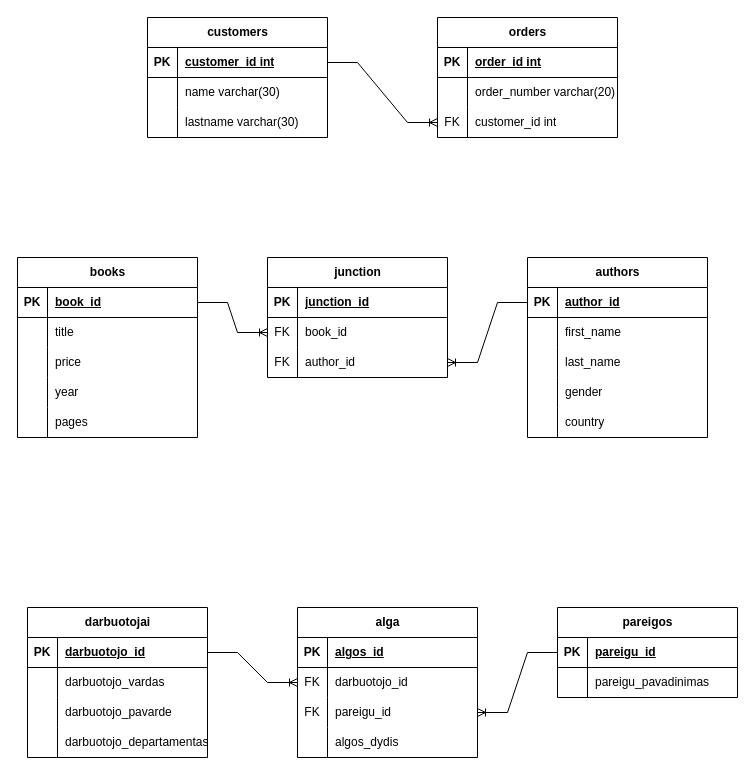
The draw.io diagram company.drawio in kestulka/duombaz2dalis_skaidriu_uzduotys, before the edit. Source tidied: cells renumbered, new cells numbered last; positions are measured from the earlier drawing's top-left corner, leaving out a move shared by most shapes. Both pictures are drawn from the tidied source at 100%, with x=0, y=0 at pixel (17, 17).
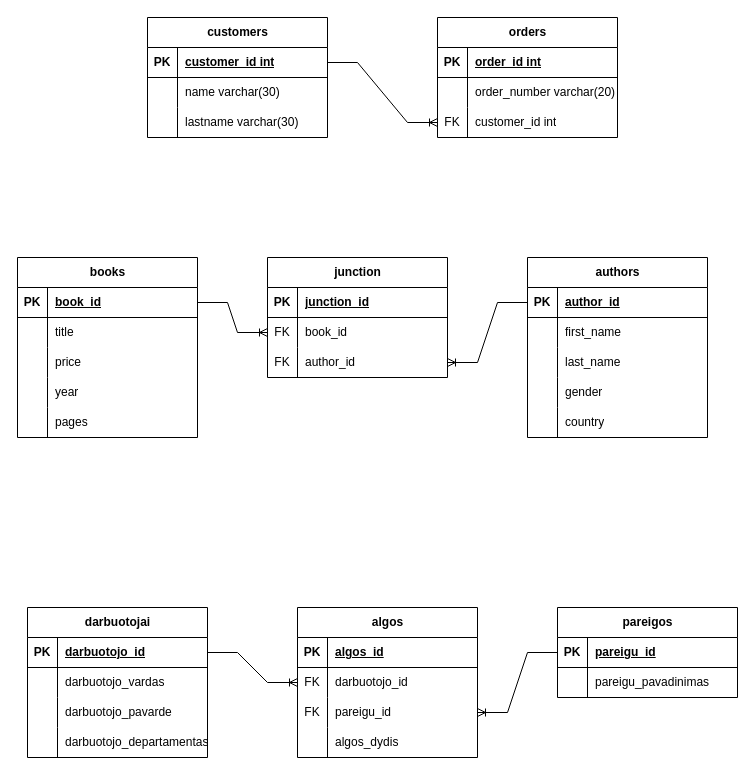
The same diagram, later.

The edit, as a diff of the source:
```diff
@@
-    <mxCell id="80" value="alga" style="shape=table;startSize=30;childLayout=tableLayout;rowLines=0;fontStyle=1;align=center;html=1;" parent="1" vertex="1">
+    <mxCell id="80" value="algos&lt;br&gt;" style="shape=table;startSize=30;childLayout=tableLayout;rowLines=0;fontStyle=1;align=center;html=1;" parent="1" vertex="1">
       <mxGeometry x="280" y="590" width="180" height="150" as="geometry" />
     </mxCell>
```
